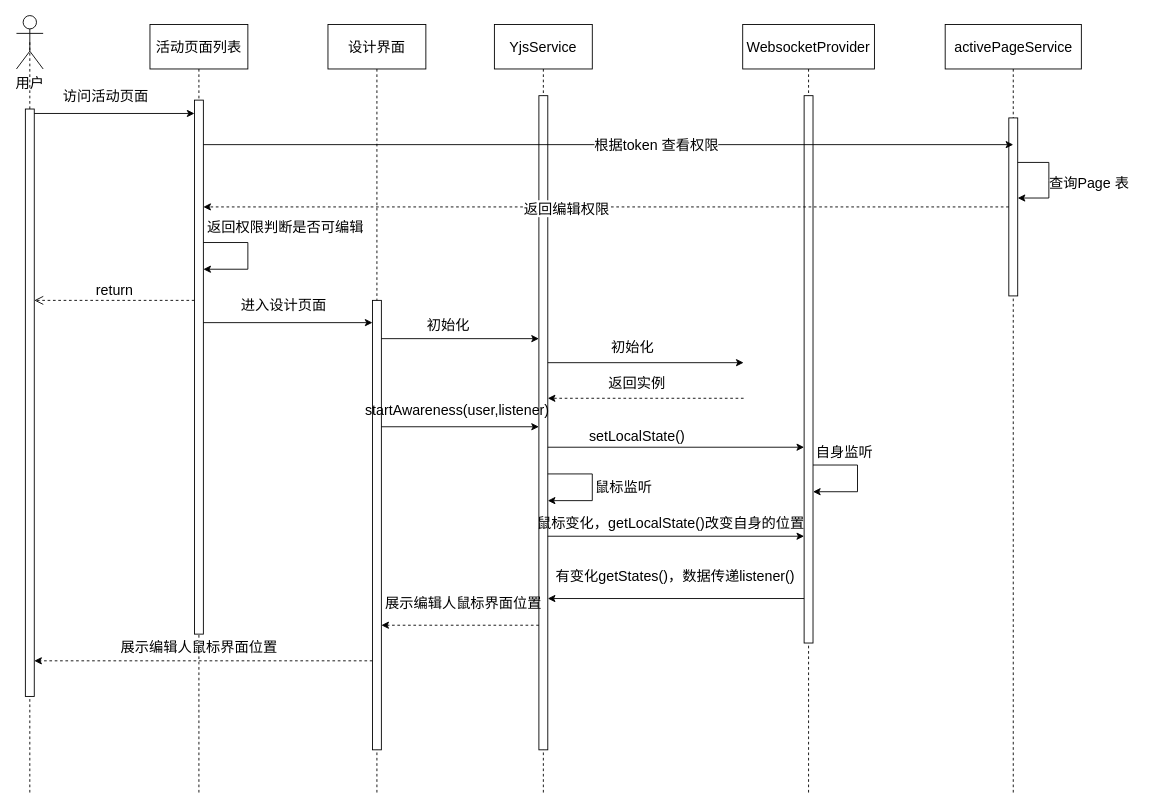
yuxinyu12345/diagrams keeps this draw.io diagram as 第四章/协同编辑鼠标位置实时展示的时序图.drawio. Above is the earlier version. Source tidied: cells renumbered, new cells numbered last; positions are measured from the earlier drawing's top-left corner, leaving out a move shared by most shapes. Both pictures are drawn from the tidied source at 89%, with x=0, y=0 at pixel (16, 15).
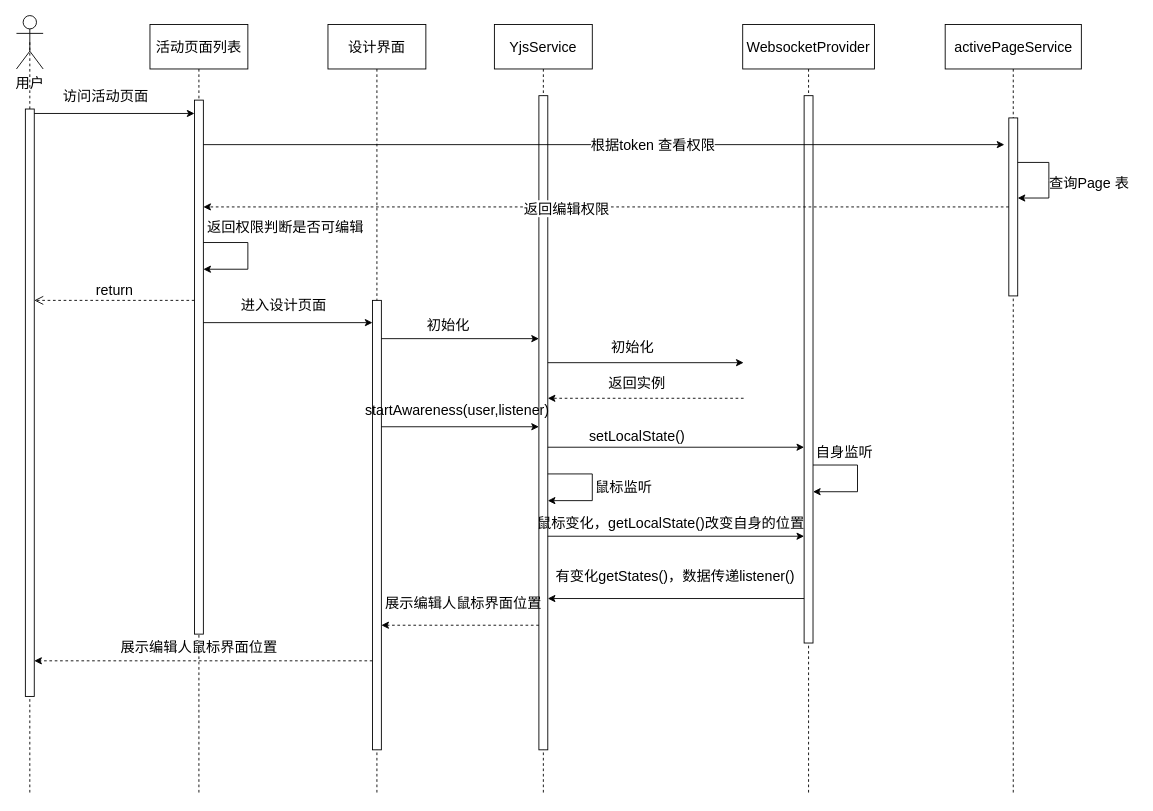
The same page after the edit.

Commit message (it also covers changes not shown here):
更新协同编辑鼠标位置实时展示的时序图.drawio

Unchanged cells that the change refers to:
```xml
<mxCell id="17" style="html=1;points=[[0,0,0,0,5],[0,1,0,0,-5],[1,0,0,0,5],[1,1,0,0,-5]];perimeter=orthogonalPerimeter;outlineConnect=0;targetShapes=umlLifeline;portConstraint=eastwest;newEdgeStyle={&quot;curved&quot;:0,&quot;rounded&quot;:0};fontSize=16;" parent="1" vertex="1">
  <mxGeometry x="1115" y="115" width="10" height="200" as="geometry" />
</mxCell>
```

Change to the diagram source:
```diff
@@
-    <mxCell id="18" style="endArrow=classic;html=1;rounded=0;exitX=1;exitY=0;exitDx=0;exitDy=5;exitPerimeter=0;fontSize=16;entryX=0.5;entryY=0.15;entryDx=0;entryDy=0;entryPerimeter=0;" parent="1" edge="1" target="17">
+    <mxCell id="18" style="endArrow=classic;html=1;rounded=0;exitX=1;exitY=0;exitDx=0;exitDy=5;exitPerimeter=0;fontSize=16;" parent="1" edge="1">
       <mxGeometry relative="1" as="geometry">
         <mxPoint x="210" y="145" as="sourcePoint" />
+        <mxPoint x="1110" y="145" as="targetPoint" />
       </mxGeometry>
     </mxCell>
```
